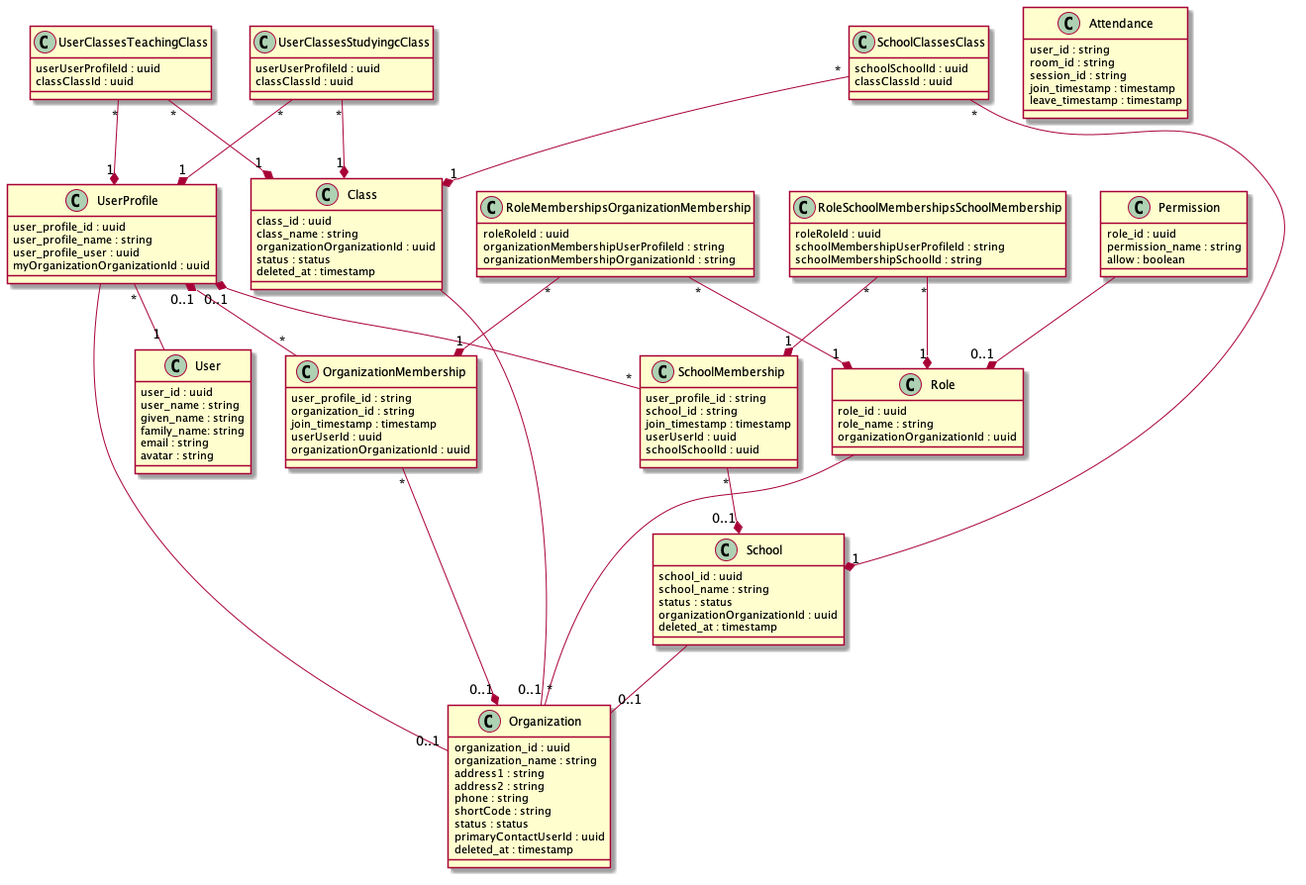
Earlier version of the PlantUML export documents/dbschema.png (Klasmart-Engineering/user-service).
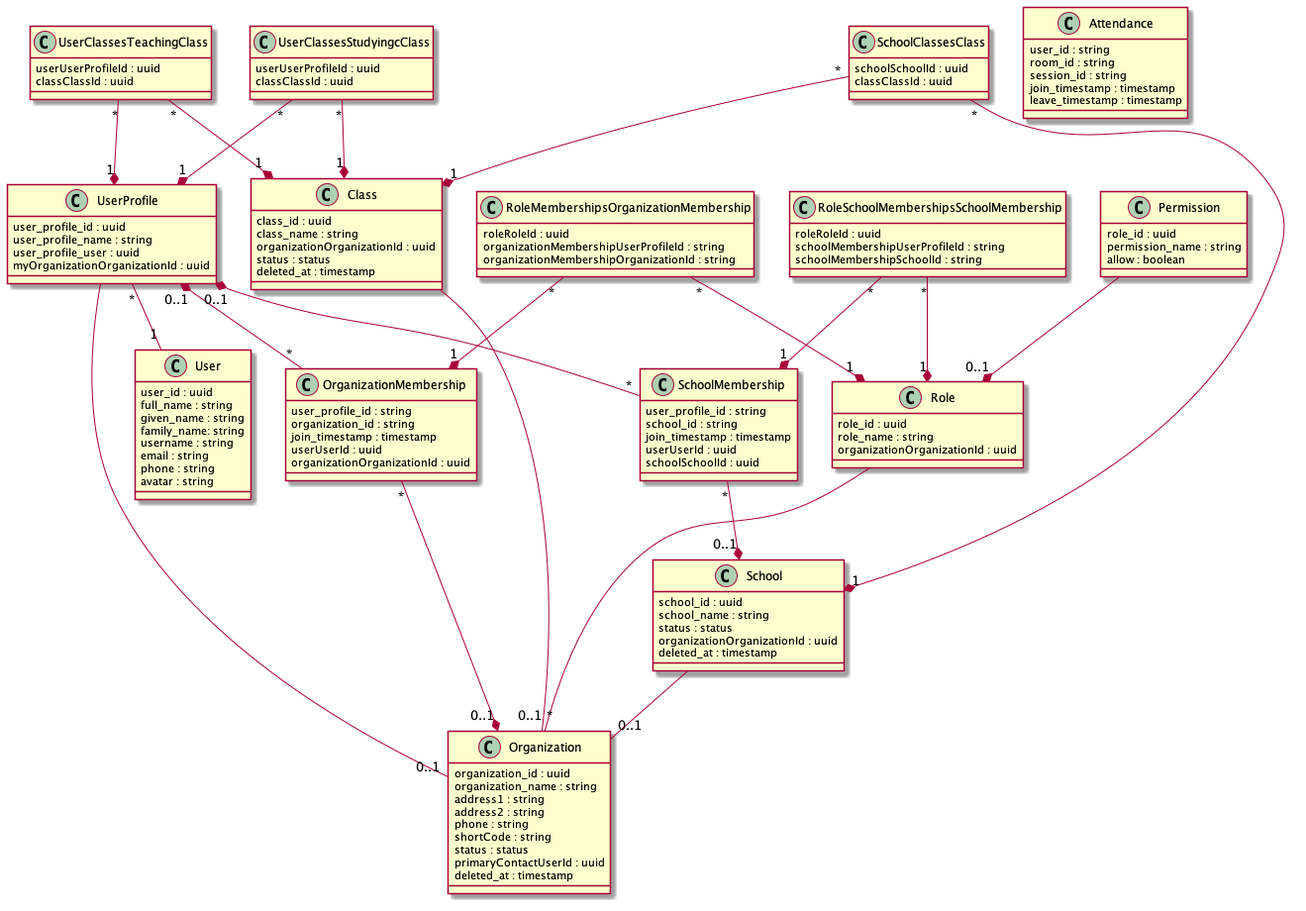
Later version of the same file.

Commit message:
Merged in KL-3253-repurpose-user-name (pull request #125)

Diff of the diagram source:
```diff
@@ -1,10 +1,12 @@
 @startuml
 class User {
   user_id : uuid
-  user_name : string
+  full_name : string
   given_name : string
   family_name: string
+  username : string
   email : string
+  phone : string
   avatar : string
 }
 
```
